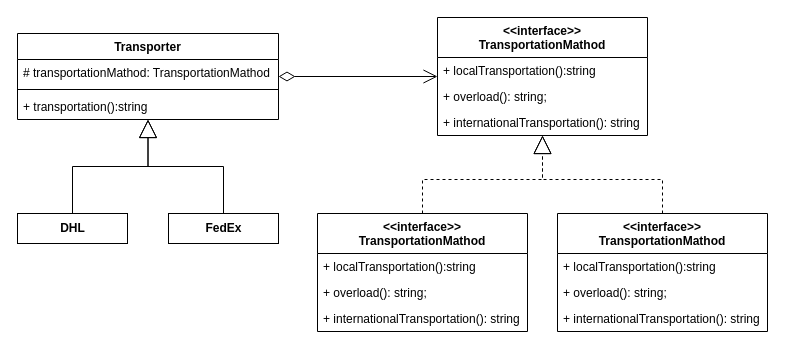
Earlier version of the draw.io diagram Patterns/Structural patterns/Bridge/bridge.drawio (MaksimPyatak/TS). Source tidied: cells renumbered, new cells numbered last; positions are measured from the earlier drawing's top-left corner, leaving out a move shared by most shapes. Both pictures are drawn from the tidied source at 100%, with x=0, y=0 at pixel (17, 17).
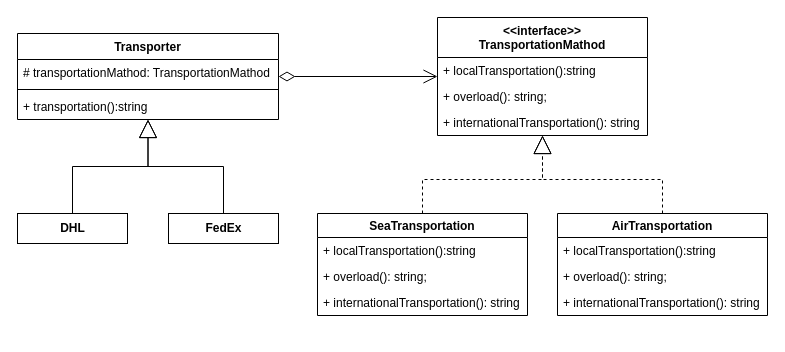
Above is the later version.

Change to the diagram source:
```diff
@@
-    <mxCell id="16" value="&lt;&lt;interface&gt;&gt;&#10;TransportationMathod" style="swimlane;fontStyle=1;horizontal=1;startSize=40;fillColor=none;" parent="1" vertex="1">
-      <mxGeometry x="540" y="196" width="210" height="118" as="geometry" />
+    <mxCell id="16" value="AirTransportation" style="swimlane;fontStyle=1;horizontal=1;startSize=24;fillColor=none;" parent="1" vertex="1">
+      <mxGeometry x="540" y="196" width="210" height="102" as="geometry" />
     </mxCell>
     <mxCell id="17" value="+ localTransportation():string" style="text;strokeColor=none;fillColor=none;align=left;verticalAlign=top;spacingLeft=4;spacingRight=4;overflow=hidden;" parent="16" vertex="1">
-      <mxGeometry y="40" width="210" height="26" as="geometry" />
+      <mxGeometry y="24" width="210" height="26" as="geometry" />
     </mxCell>
     <mxCell id="18" value="+ overload(): string;" style="text;strokeColor=none;fillColor=none;align=left;verticalAlign=top;spacingLeft=4;spacingRight=4;overflow=hidden;" parent="16" vertex="1">
-      <mxGeometry y="66" width="210" height="26" as="geometry" />
+      <mxGeometry y="50" width="210" height="26" as="geometry" />
     </mxCell>
     <mxCell id="19" value="+ internationalTransportation(): string" style="text;strokeColor=none;fillColor=none;align=left;verticalAlign=top;spacingLeft=4;spacingRight=4;overflow=hidden;" parent="16" vertex="1">
-      <mxGeometry y="92" width="210" height="26" as="geometry" />
+      <mxGeometry y="76" width="210" height="26" as="geometry" />
     </mxCell>
-    <mxCell id="20" value="&lt;&lt;interface&gt;&gt;&#10;TransportationMathod" style="swimlane;fontStyle=1;horizontal=1;startSize=40;fillColor=none;" parent="1" vertex="1">
-      <mxGeometry x="300" y="196" width="210" height="118" as="geometry" />
+    <mxCell id="20" value="SeaTransportation" style="swimlane;fontStyle=1;horizontal=1;startSize=24;fillColor=none;" parent="1" vertex="1">
+      <mxGeometry x="300" y="196" width="210" height="102" as="geometry" />
     </mxCell>
     <mxCell id="21" value="+ localTransportation():string" style="text;strokeColor=none;fillColor=none;align=left;verticalAlign=top;spacingLeft=4;spacingRight=4;overflow=hidden;" parent="20" vertex="1">
-      <mxGeometry y="40" width="210" height="26" as="geometry" />
+      <mxGeometry y="24" width="210" height="26" as="geometry" />
     </mxCell>
     <mxCell id="22" value="+ overload(): string;" style="text;strokeColor=none;fillColor=none;align=left;verticalAlign=top;spacingLeft=4;spacingRight=4;overflow=hidden;" parent="20" vertex="1">
-      <mxGeometry y="66" width="210" height="26" as="geometry" />
+      <mxGeometry y="50" width="210" height="26" as="geometry" />
     </mxCell>
     <mxCell id="23" value="+ internationalTransportation(): string" style="text;strokeColor=none;fillColor=none;align=left;verticalAlign=top;spacingLeft=4;spacingRight=4;overflow=hidden;" parent="20" vertex="1">
-      <mxGeometry y="92" width="210" height="26" as="geometry" />
+      <mxGeometry y="76" width="210" height="26" as="geometry" />
     </mxCell>
```
